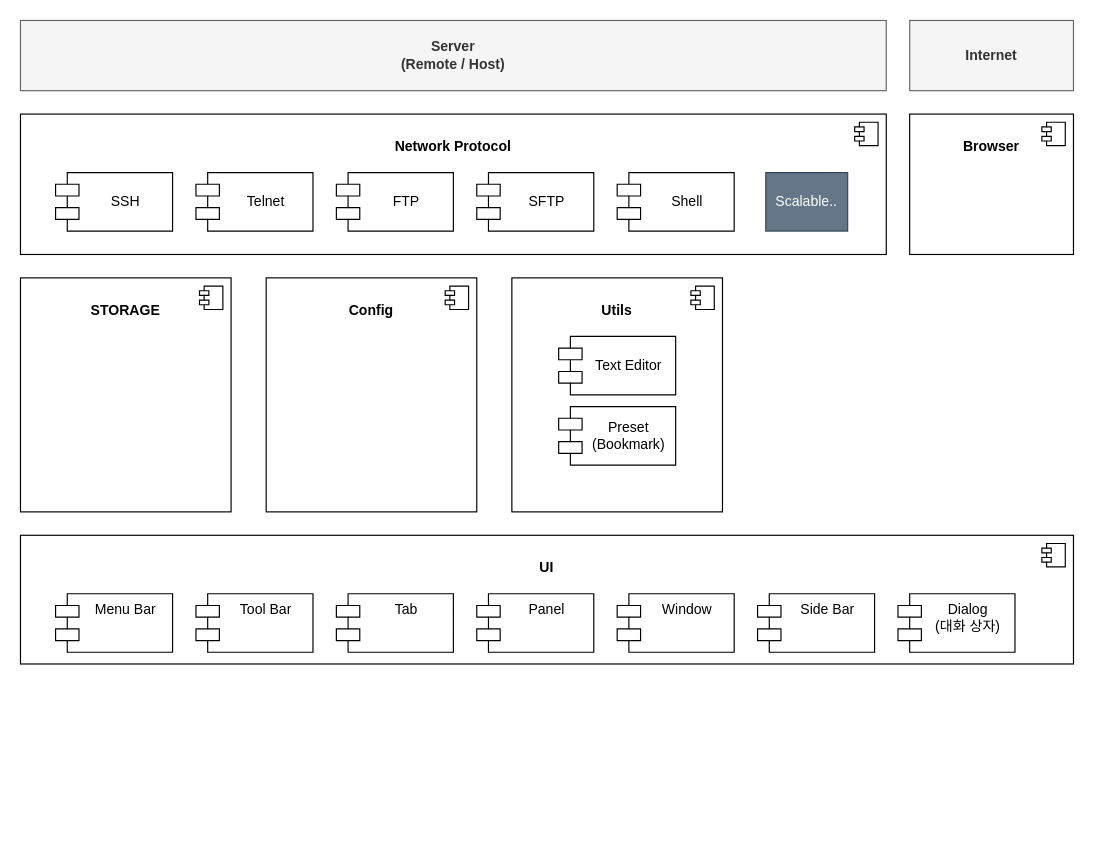
The draw.io diagram DOC/02_design/01_component_architecture.drawio in whdrns2013/DATerm, before the edit. Source tidied: cells renumbered, new cells numbered last; positions are measured from the earlier drawing's top-left corner, leaving out a move shared by most shapes. Both pictures are drawn from the tidied source at 117%, with x=0, y=0 at pixel (20, 20).
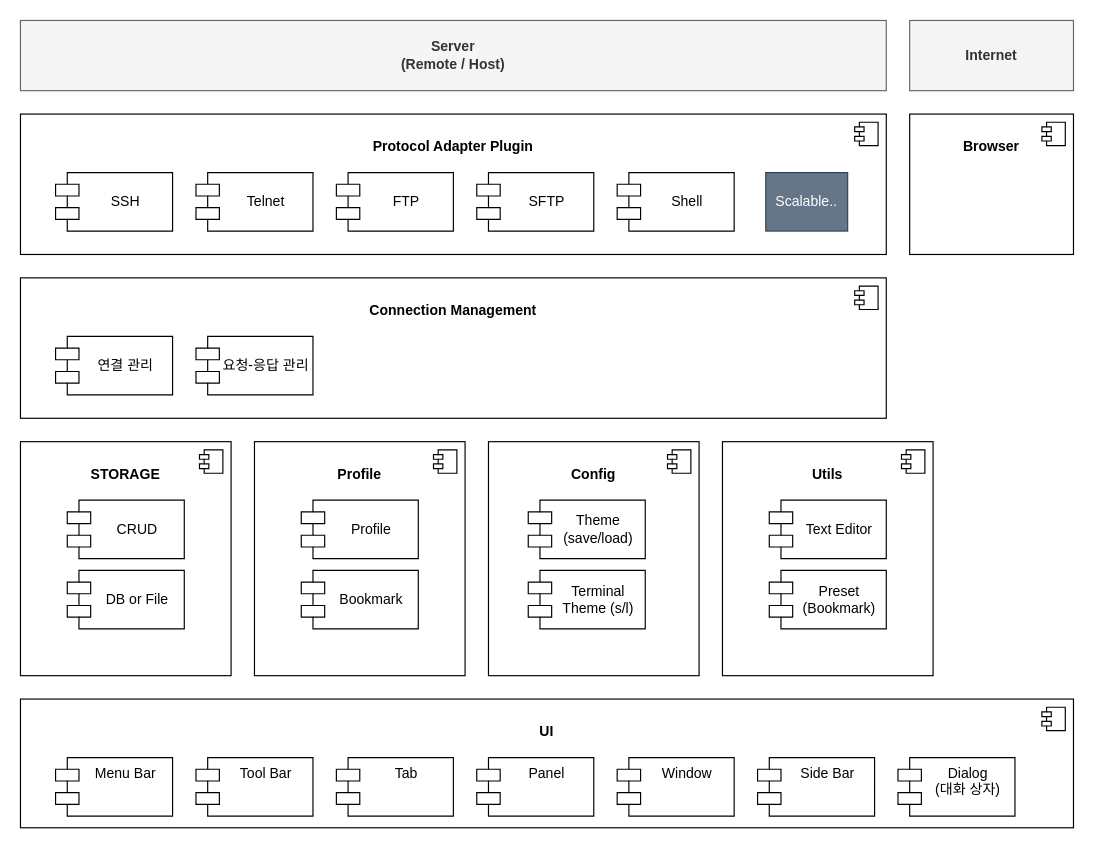
The same diagram, later.

The edit, as a diff of the source:
```diff
@@
-    <mxCell id="2" value="&lt;div&gt;&lt;b&gt;&lt;br&gt;&lt;/b&gt;&lt;/div&gt;&lt;b&gt;Network Protocol&lt;/b&gt;" style="html=1;whiteSpace=wrap;verticalAlign=top;" parent="1" vertex="1">
+    <mxCell id="2" value="&lt;div&gt;&lt;b&gt;&lt;br&gt;&lt;/b&gt;&lt;/div&gt;&lt;b&gt;Protocol Adapter Plugin&lt;/b&gt;" style="html=1;whiteSpace=wrap;verticalAlign=top;" parent="1" vertex="1">
       <mxGeometry y="80" width="740" height="120" as="geometry" />
     </mxCell>
@@
     <mxCell id="5" value="&lt;div&gt;&lt;b&gt;&lt;br&gt;&lt;/b&gt;&lt;/div&gt;&lt;b&gt;UI&lt;/b&gt;" style="html=1;whiteSpace=wrap;verticalAlign=top;" parent="1" vertex="1">
-      <mxGeometry y="440" width="900" height="110" as="geometry" />
+      <mxGeometry y="580" width="900" height="110" as="geometry" />
     </mxCell>
@@
     <mxCell id="7" value="Tab" style="shape=module;align=left;spacingLeft=20;align=center;verticalAlign=top;whiteSpace=wrap;html=1;" parent="1" vertex="1">
-      <mxGeometry x="270" y="490" width="100" height="50" as="geometry" />
+      <mxGeometry x="270" y="630" width="100" height="50" as="geometry" />
     </mxCell>
     <mxCell id="8" value="&lt;div&gt;&lt;b&gt;&lt;br&gt;&lt;/b&gt;&lt;/div&gt;&lt;b&gt;STORAGE&lt;/b&gt;" style="html=1;whiteSpace=wrap;verticalAlign=top;" parent="1" vertex="1">
-      <mxGeometry y="220" width="180" height="200" as="geometry" />
+      <mxGeometry y="360" width="180" height="200" as="geometry" />
     </mxCell>
@@
     <mxCell id="15" value="&lt;div&gt;&lt;b&gt;&lt;br&gt;&lt;/b&gt;&lt;/div&gt;&lt;b&gt;Config&lt;/b&gt;" style="html=1;whiteSpace=wrap;verticalAlign=top;" parent="1" vertex="1">
-      <mxGeometry x="210" y="220" width="180" height="200" as="geometry" />
+      <mxGeometry x="400" y="360" width="180" height="200" as="geometry" />
     </mxCell>
@@
     <mxCell id="17" value="Panel" style="shape=module;align=left;spacingLeft=20;align=center;verticalAlign=top;whiteSpace=wrap;html=1;" parent="1" vertex="1">
-      <mxGeometry x="390" y="490" width="100" height="50" as="geometry" />
+      <mxGeometry x="390" y="630" width="100" height="50" as="geometry" />
     </mxCell>
     <mxCell id="18" value="Menu Bar" style="shape=module;align=left;spacingLeft=20;align=center;verticalAlign=top;whiteSpace=wrap;html=1;" parent="1" vertex="1">
-      <mxGeometry x="30" y="490" width="100" height="50" as="geometry" />
+      <mxGeometry x="30" y="630" width="100" height="50" as="geometry" />
     </mxCell>
     <mxCell id="19" value="Tool Bar" style="shape=module;align=left;spacingLeft=20;align=center;verticalAlign=top;whiteSpace=wrap;html=1;" parent="1" vertex="1">
-      <mxGeometry x="150" y="490" width="100" height="50" as="geometry" />
+      <mxGeometry x="150" y="630" width="100" height="50" as="geometry" />
     </mxCell>
     <mxCell id="20" value="Side Bar" style="shape=module;align=left;spacingLeft=20;align=center;verticalAlign=top;whiteSpace=wrap;html=1;" parent="1" vertex="1">
-      <mxGeometry x="630" y="490" width="100" height="50" as="geometry" />
+      <mxGeometry x="630" y="630" width="100" height="50" as="geometry" />
     </mxCell>
     <mxCell id="21" value="Dialog&lt;div&gt;(대화 상자)&lt;/div&gt;" style="shape=module;align=left;spacingLeft=20;align=center;verticalAlign=top;whiteSpace=wrap;html=1;" parent="1" vertex="1">
-      <mxGeometry x="750" y="490" width="100" height="50" as="geometry" />
+      <mxGeometry x="750" y="630" width="100" height="50" as="geometry" />
     </mxCell>
     <mxCell id="22" value="&lt;div&gt;&lt;b&gt;&lt;br&gt;&lt;/b&gt;&lt;/div&gt;&lt;b&gt;Utils&lt;/b&gt;" style="html=1;whiteSpace=wrap;verticalAlign=top;" parent="1" vertex="1">
-      <mxGeometry x="420" y="220" width="180" height="200" as="geometry" />
+      <mxGeometry x="600" y="360" width="180" height="200" as="geometry" />
     </mxCell>
@@
     <mxCell id="24" value="Text Editor" style="shape=module;align=center;spacingLeft=20;align=center;verticalAlign=middle;whiteSpace=wrap;html=1;" parent="1" vertex="1">
-      <mxGeometry x="460" y="270" width="100" height="50" as="geometry" />
+      <mxGeometry x="640" y="410" width="100" height="50" as="geometry" />
     </mxCell>
     <mxCell id="25" value="Preset&lt;div&gt;(Bookmark)&lt;/div&gt;" style="shape=module;align=center;spacingLeft=20;align=center;verticalAlign=middle;whiteSpace=wrap;html=1;" parent="1" vertex="1">
-      <mxGeometry x="460" y="330" width="100" height="50" as="geometry" />
+      <mxGeometry x="640" y="470" width="100" height="50" as="geometry" />
     </mxCell>
     <mxCell id="26" value="Window" style="shape=module;align=left;spacingLeft=20;align=center;verticalAlign=top;whiteSpace=wrap;html=1;" parent="1" vertex="1">
-      <mxGeometry x="510" y="490" width="100" height="50" as="geometry" />
+      <mxGeometry x="510" y="630" width="100" height="50" as="geometry" />
     </mxCell>
@@
+    <mxCell id="31" value="Theme&lt;div&gt;(save/load)&lt;/div&gt;" style="shape=module;align=center;spacingLeft=20;align=center;verticalAlign=middle;whiteSpace=wrap;html=1;" parent="1" vertex="1">
+      <mxGeometry x="434" y="410" width="100" height="50" as="geometry" />
+    </mxCell>
+    <mxCell id="32" value="DB or File" style="shape=module;align=center;spacingLeft=20;align=center;verticalAlign=middle;whiteSpace=wrap;html=1;" parent="1" vertex="1">
+      <mxGeometry x="40" y="470" width="100" height="50" as="geometry" />
+    </mxCell>
+    <mxCell id="33" value="Terminal&lt;div&gt;Theme (s/l)&lt;/div&gt;" style="shape=module;align=center;spacingLeft=20;align=center;verticalAlign=middle;whiteSpace=wrap;html=1;" parent="1" vertex="1">
+      <mxGeometry x="434" y="470" width="100" height="50" as="geometry" />
+    </mxCell>
+    <mxCell id="34" value="&lt;div&gt;&lt;b&gt;&lt;br&gt;&lt;/b&gt;&lt;/div&gt;&lt;b&gt;Connection Management&lt;/b&gt;" style="html=1;whiteSpace=wrap;verticalAlign=top;" parent="1" vertex="1">
+      <mxGeometry y="220" width="740" height="120" as="geometry" />
+    </mxCell>
+    <mxCell id="35" style="shape=module;jettyWidth=8;jettyHeight=4;" parent="34" vertex="1">
+      <mxGeometry x="1" width="20" height="20" relative="1" as="geometry">
+        <mxPoint x="-27" y="7" as="offset" />
+      </mxGeometry>
+    </mxCell>
+    <mxCell id="36" value="연결 관리" style="shape=module;align=center;spacingLeft=20;align=center;verticalAlign=middle;whiteSpace=wrap;html=1;" parent="1" vertex="1">
+      <mxGeometry x="30" y="270" width="100" height="50" as="geometry" />
+    </mxCell>
+    <mxCell id="37" value="요청-응답 관리" style="shape=module;align=center;spacingLeft=20;align=center;verticalAlign=middle;whiteSpace=wrap;html=1;" parent="1" vertex="1">
+      <mxGeometry x="150" y="270" width="100" height="50" as="geometry" />
+    </mxCell>
+    <mxCell id="38" value="&lt;div&gt;&lt;b&gt;&lt;br&gt;&lt;/b&gt;&lt;/div&gt;&lt;b&gt;Profile&lt;/b&gt;" style="html=1;whiteSpace=wrap;verticalAlign=top;" parent="1" vertex="1">
+      <mxGeometry x="200" y="360" width="180" height="200" as="geometry" />
+    </mxCell>
+    <mxCell id="39" style="shape=module;jettyWidth=8;jettyHeight=4;" parent="38" vertex="1">
+      <mxGeometry x="1" width="20" height="20" relative="1" as="geometry">
+        <mxPoint x="-27" y="7" as="offset" />
+      </mxGeometry>
+    </mxCell>
+    <mxCell id="40" value="Profile" style="shape=module;align=center;spacingLeft=20;align=center;verticalAlign=middle;whiteSpace=wrap;html=1;" parent="1" vertex="1">
+      <mxGeometry x="240" y="410" width="100" height="50" as="geometry" />
+    </mxCell>
+    <mxCell id="41" value="Bookmark" style="shape=module;align=center;spacingLeft=20;align=center;verticalAlign=middle;whiteSpace=wrap;html=1;" parent="1" vertex="1">
+      <mxGeometry x="240" y="470" width="100" height="50" as="geometry" />
+    </mxCell>
+    <mxCell id="42" value="CRUD" style="shape=module;align=center;spacingLeft=20;align=center;verticalAlign=middle;whiteSpace=wrap;html=1;" parent="1" vertex="1">
+      <mxGeometry x="40" y="410" width="100" height="50" as="geometry" />
+    </mxCell>
```
